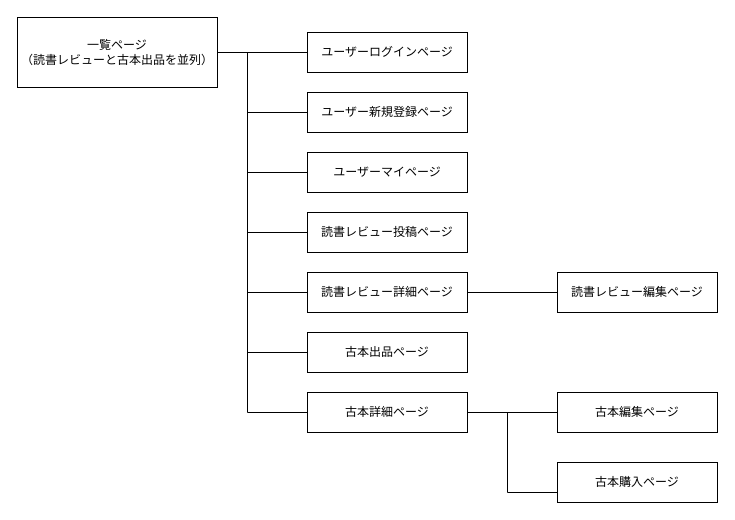
hanother3/bookdock keeps this draw.io diagram as bookdock2.dio. Above is the earlier version. Source tidied: cells renumbered, new cells numbered last; positions are measured from the earlier drawing's top-left corner, leaving out a move shared by most shapes. Both pictures are drawn from the tidied source at 100%, with x=0, y=0 at pixel (17, 17).
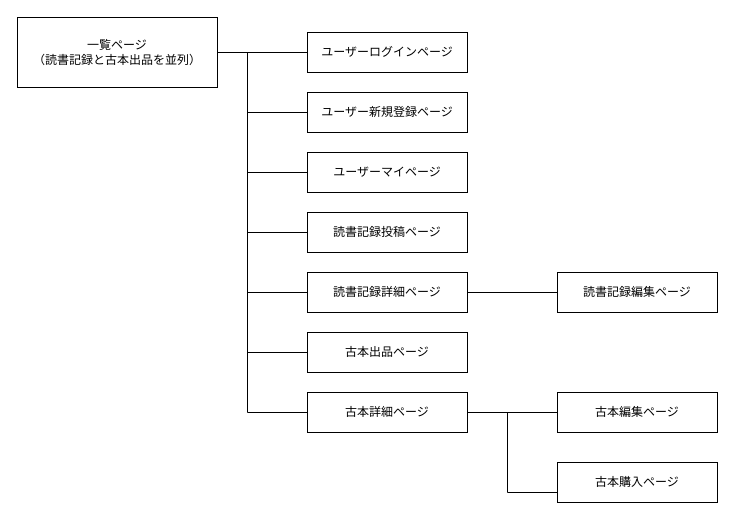
The same page after the edit.

The edit, as a diff of the source:
```diff
@@
-    <mxCell id="9" value="一覧ページ&lt;br&gt;（読書レビューと古本出品を並列）" style="whiteSpace=wrap;html=1;align=center;" parent="1" vertex="1">
+    <mxCell id="9" value="一覧ページ&lt;br&gt;（読書記録と古本出品を並列）" style="whiteSpace=wrap;html=1;align=center;" parent="1" vertex="1">
       <mxGeometry width="200" height="70" as="geometry" />
     </mxCell>
@@
-    <mxCell id="13" value="読書レビュー投稿ページ" style="whiteSpace=wrap;html=1;align=center;" parent="1" vertex="1">
+    <mxCell id="13" value="読書記録投稿ページ" style="whiteSpace=wrap;html=1;align=center;" parent="1" vertex="1">
       <mxGeometry x="290" y="195" width="160" height="40" as="geometry" />
     </mxCell>
@@
-    <mxCell id="16" value="読書レビュー詳細ページ" style="whiteSpace=wrap;html=1;align=center;" parent="1" vertex="1">
+    <mxCell id="16" value="読書記録詳細ページ" style="whiteSpace=wrap;html=1;align=center;" parent="1" vertex="1">
       <mxGeometry x="290" y="255" width="160" height="40" as="geometry" />
     </mxCell>
@@
-    <mxCell id="20" value="読書レビュー編集ページ" style="whiteSpace=wrap;html=1;align=center;" parent="1" vertex="1">
+    <mxCell id="20" value="読書記録編集ページ" style="whiteSpace=wrap;html=1;align=center;" parent="1" vertex="1">
       <mxGeometry x="540" y="255" width="160" height="40" as="geometry" />
     </mxCell>
```
